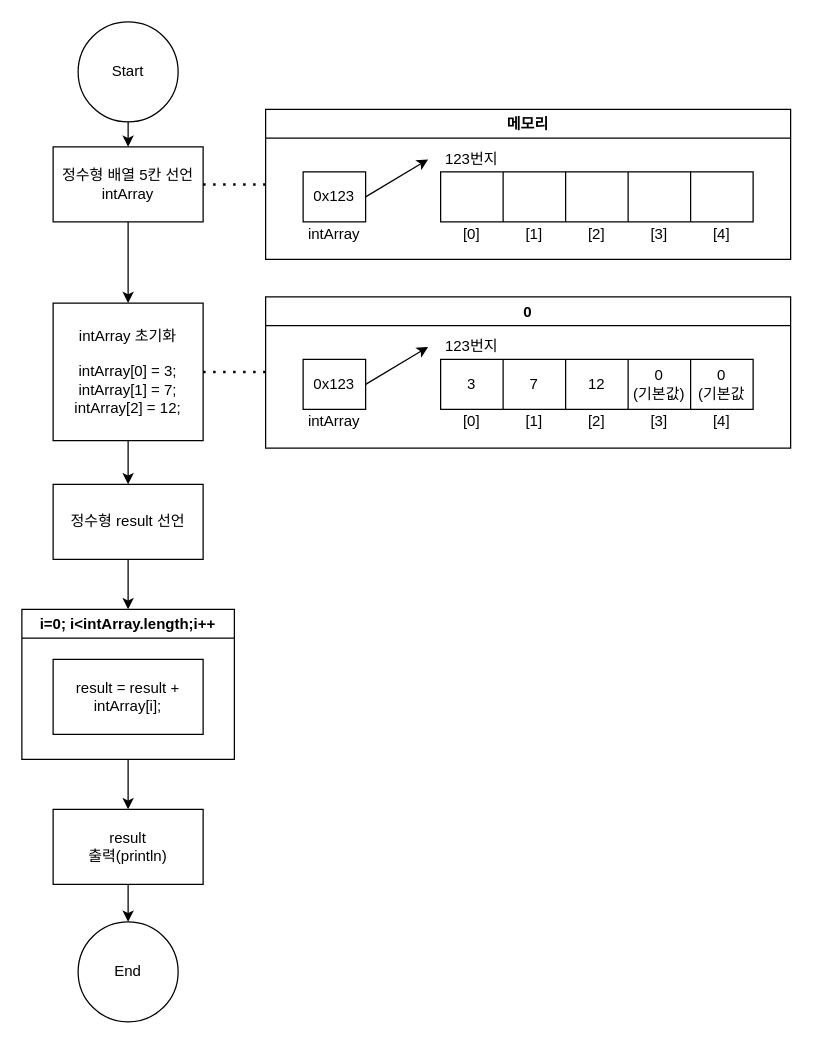
Above: page "Ex01" (1 of 9) of src/com/javaex/practice/Practice04.drawio in jeter5274/Practice04 (draw.io), before the change. Source tidied: cells renumbered, new cells numbered last; positions are measured from the earlier drawing's top-left corner, leaving out a move shared by most shapes. Both pictures are drawn from the tidied source at 125%, with x=0, y=0 at pixel (21, 21).
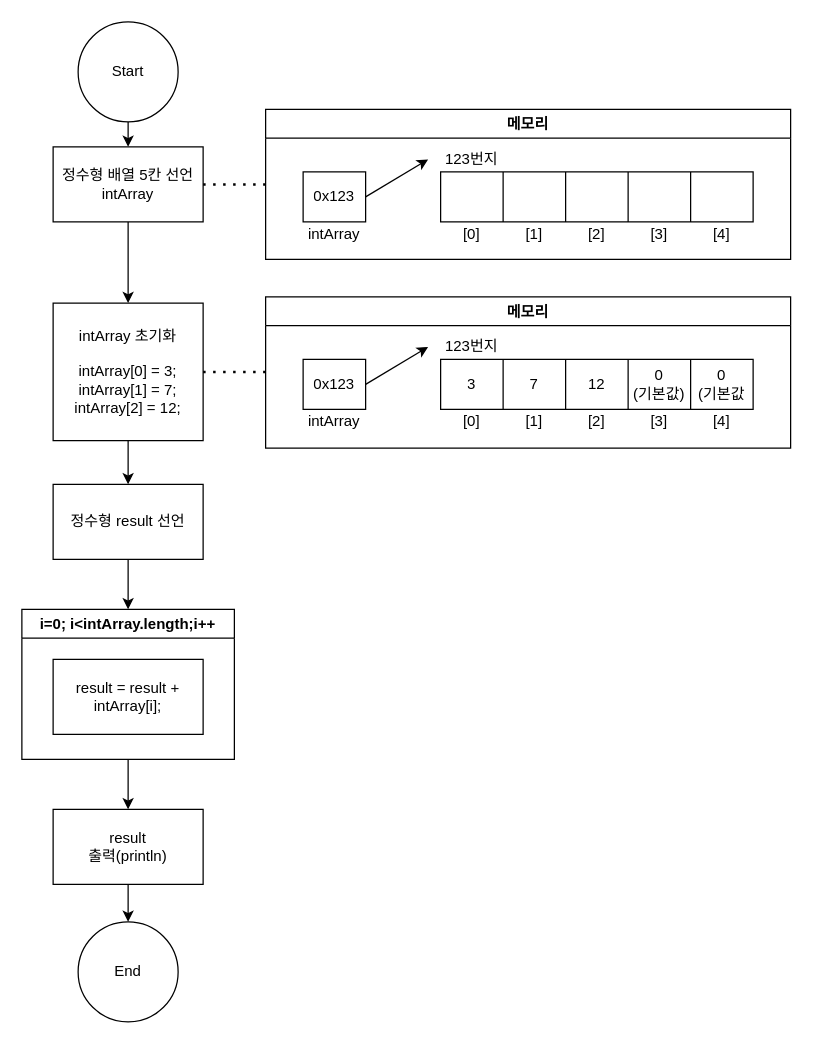
The same diagram, later.

The edit, as a diff of the source:
```diff
@@
-    <mxCell id="34" value="0" style="swimlane;" parent="1" vertex="1">
+    <mxCell id="34" value="메모리" style="swimlane;" parent="1" vertex="1">
       <mxGeometry x="195" y="220" width="420" height="121" as="geometry" />
     </mxCell>
```
